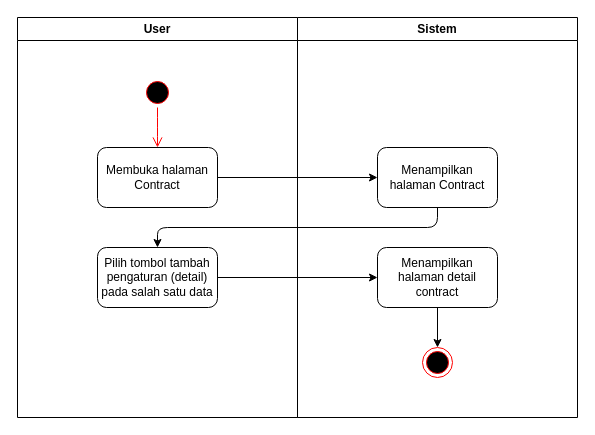
rismanrhz/idms keeps this draw.io diagram as contract/detailcontract.drawio. Above is the earlier version. Source tidied: cells renumbered, new cells numbered last; positions are measured from the earlier drawing's top-left corner, leaving out a move shared by most shapes. Both pictures are drawn from the tidied source at 100%, with x=0, y=0 at pixel (17, 17).
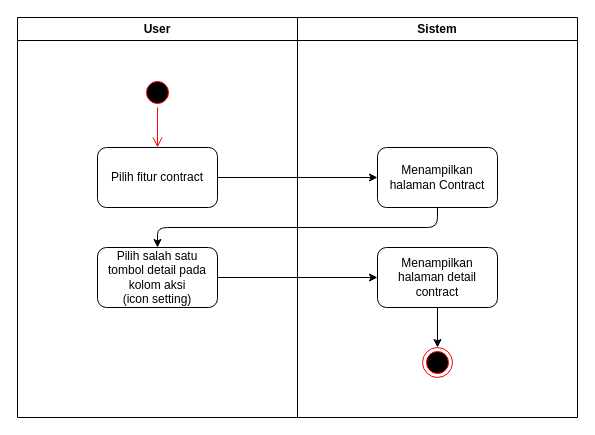
The same diagram, later.

The edit, as a diff of the source:
```diff
@@
 <mxGraphModel>
   <root>
     <mxCell id="0" />
     <mxCell id="1" parent="0" />
     <mxCell id="2" value="User" style="swimlane;whiteSpace=wrap;html=1;" parent="1" vertex="1">
       <mxGeometry width="280" height="400" as="geometry" />
     </mxCell>
     <mxCell id="3" style="ellipse;html=1;shape=startState;fillColor=#000000;strokeColor=#ff0000;" parent="2" vertex="1">
       <mxGeometry x="125" y="60" width="30" height="30" as="geometry" />
     </mxCell>
     <mxCell id="4" style="edgeStyle=orthogonalEdgeStyle;html=1;verticalAlign=bottom;endArrow=open;endSize=8;strokeColor=#ff0000;" parent="2" edge="1" source="3">
       <mxGeometry relative="1" as="geometry">
         <mxPoint x="140" y="130" as="targetPoint" />
       </mxGeometry>
     </mxCell>
-    <mxCell id="5" value="Membuka halaman Contract" style="rounded=1;whiteSpace=wrap;html=1;" parent="2" vertex="1">
+    <mxCell id="5" value="Pilih fitur contract" style="rounded=1;whiteSpace=wrap;html=1;" parent="2" vertex="1">
       <mxGeometry x="80" y="130" width="120" height="60" as="geometry" />
     </mxCell>
-    <mxCell id="6" value="Pilih tombol tambah pengaturan (detail) pada salah satu data" style="rounded=1;whiteSpace=wrap;html=1;" parent="2" vertex="1">
+    <mxCell id="6" value="&lt;span style=&quot;color: rgb(0, 0, 0);&quot;&gt;Pilih salah satu tombol detail pada kolom aksi&lt;/span&gt;&lt;div&gt;(icon setting)&lt;/div&gt;" style="rounded=1;whiteSpace=wrap;html=1;" parent="2" vertex="1">
       <mxGeometry x="80" y="230" width="120" height="60" as="geometry" />
     </mxCell>
     <mxCell id="7" value="Sistem" style="swimlane;whiteSpace=wrap;html=1;" parent="1" vertex="1">
       <mxGeometry x="280" width="280" height="400" as="geometry" />
     </mxCell>
     <mxCell id="8" value="Menampilkan halaman Contract" style="rounded=1;whiteSpace=wrap;html=1;" parent="7" vertex="1">
       <mxGeometry x="80" y="130" width="120" height="60" as="geometry" />
     </mxCell>
     <mxCell id="9" value="Menampilkan halaman detail contract" style="rounded=1;whiteSpace=wrap;html=1;" parent="7" vertex="1">
       <mxGeometry x="80" y="230" width="120" height="60" as="geometry" />
     </mxCell>
     <mxCell id="10" style="edgeStyle=none;html=1;exitX=0.5;exitY=1;exitDx=0;exitDy=0;entryX=0.5;entryY=0;entryDx=0;entryDy=0;" parent="7" edge="1" source="9" target="11">
       <mxGeometry relative="1" as="geometry" />
     </mxCell>
     <mxCell id="11" style="ellipse;html=1;shape=endState;fillColor=#000000;strokeColor=#ff0000;" parent="7" vertex="1">
       <mxGeometry x="125" y="330" width="30" height="30" as="geometry" />
     </mxCell>
     <mxCell id="12" style="edgeStyle=none;html=1;" parent="1" edge="1" source="5" target="8">
       <mxGeometry relative="1" as="geometry" />
     </mxCell>
     <mxCell id="13" style="edgeStyle=none;html=1;exitX=0.5;exitY=1;exitDx=0;exitDy=0;entryX=0.5;entryY=0;entryDx=0;entryDy=0;" parent="1" edge="1" source="8" target="6">
       <mxGeometry relative="1" as="geometry">
         <Array as="points">
           <mxPoint x="420" y="210" />
           <mxPoint x="140" y="210" />
         </Array>
       </mxGeometry>
     </mxCell>
     <mxCell id="14" style="edgeStyle=none;html=1;" parent="1" edge="1" source="6" target="9">
       <mxGeometry relative="1" as="geometry" />
     </mxCell>
   </root>
 </mxGraphModel>
```
